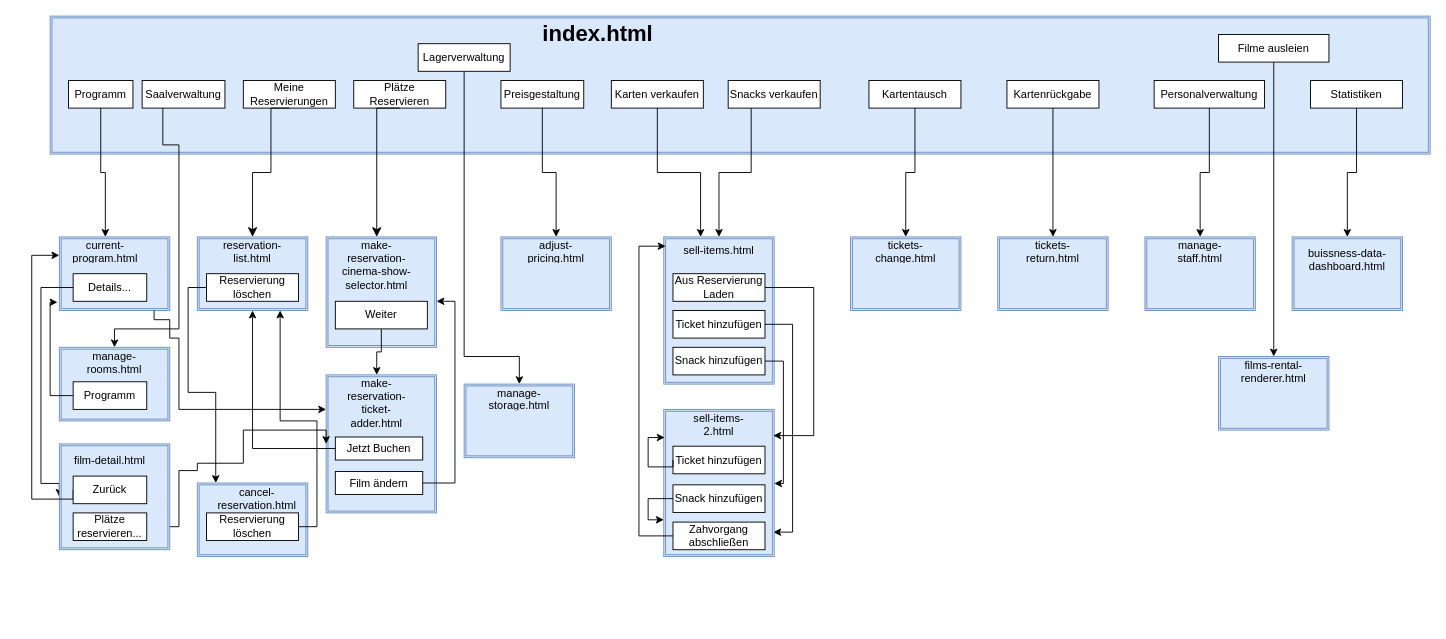
Earlier version of the draw.io diagram src/main/asciidoc/models/design/dialog-flow.drawio (Leonard0108/Anwendungsprogrammierung). Source tidied: cells renumbered, new cells numbered last; positions are measured from the earlier drawing's top-left corner, leaving out a move shared by most shapes. Both pictures are drawn from the tidied source at 92%, with x=0, y=0 at pixel (31, 16).
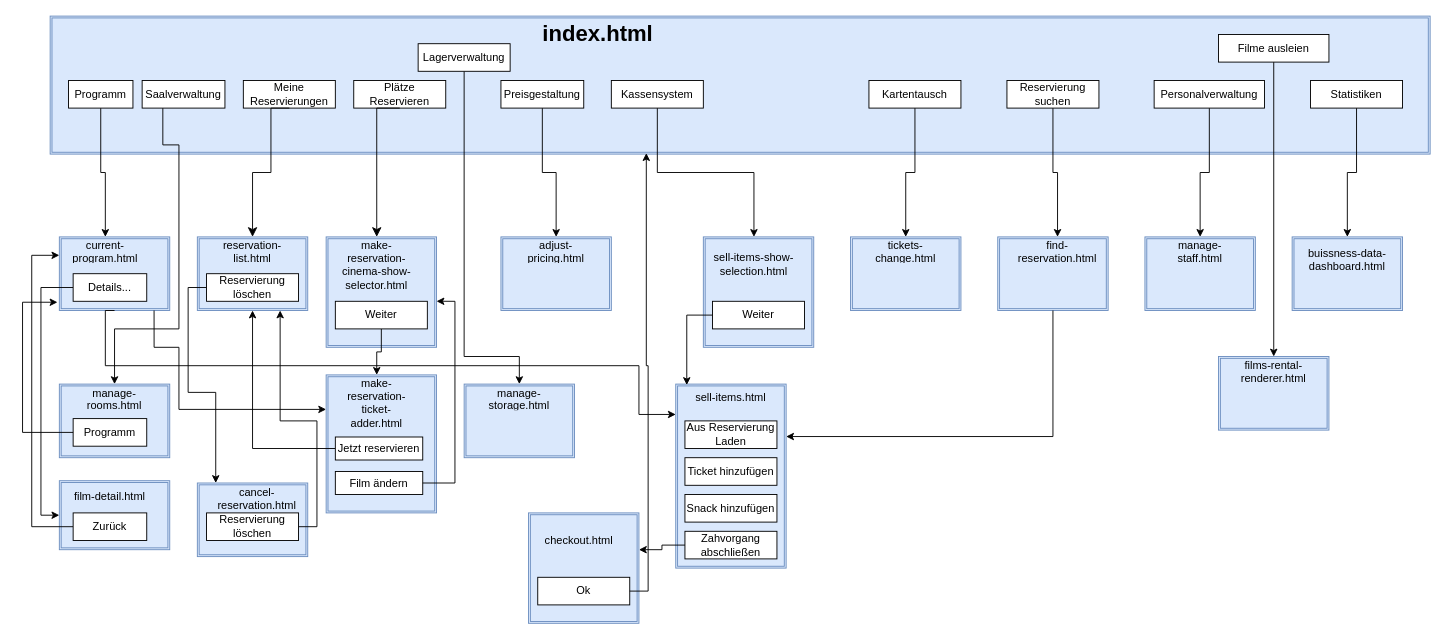
The same page after the edit.

Commit message (it also covers changes not shown here):
Entwurfsdiagramme  Kundenportal aktualisiert

Unchanged cells that the change refers to:
```xml
<mxCell id="2" style="shape=ext;double=1;rounded=0;whiteSpace=wrap;html=1;fillColor=#dae8fc;strokeColor=#6c8ebf;" parent="1" vertex="1">
  <mxGeometry x="30" y="240" width="120" height="80" as="geometry" />
</mxCell>
<mxCell id="3" style="shape=ext;double=1;rounded=0;whiteSpace=wrap;html=1;fillColor=#dae8fc;strokeColor=#6c8ebf;" parent="1" vertex="1">
  <mxGeometry x="20" width="1500" height="150" as="geometry" />
</mxCell>
<mxCell id="30" style="shape=ext;double=1;rounded=0;whiteSpace=wrap;html=1;fillColor=#dae8fc;strokeColor=#6c8ebf;" parent="1" vertex="1">
  <mxGeometry x="1050" y="240" width="120" height="80" as="geometry" />
</mxCell>
<mxCell id="52" style="shape=ext;double=1;rounded=0;whiteSpace=wrap;html=1;fillColor=#dae8fc;strokeColor=#6c8ebf;" parent="1" vertex="1">
  <mxGeometry x="320" y="390" width="120" height="150" as="geometry" />
</mxCell>
<mxCell id="86" value="Details..." style="rounded=0;whiteSpace=wrap;html=1;" parent="1" vertex="1">
  <mxGeometry x="45" y="280" width="80" height="30" as="geometry" />
</mxCell>
```

Change to the diagram source:
```diff
@@
+    <mxCell id="93" style="shape=ext;double=1;rounded=0;whiteSpace=wrap;html=1;fillColor=#dae8fc;strokeColor=#6c8ebf;" parent="1" vertex="1">
+      <mxGeometry x="730" y="240" width="120" height="120" as="geometry" />
+    </mxCell>
@@
     <mxCell id="5" style="edgeStyle=orthogonalEdgeStyle;rounded=0;jettySize=auto;html=1;exitX=0.858;exitY=1;exitDx=0;exitDy=0;entryX=0;entryY=0.25;entryDx=0;entryDy=0;exitPerimeter=0;" parent="1" edge="1" source="2" target="52">
       <mxGeometry relative="1" as="geometry">
         <Array as="points">
-          <mxPoint x="133" y="330" />
-          <mxPoint x="150" y="330" />
-          <mxPoint x="150" y="350" />
-          <mxPoint x="160" y="350" />
+          <mxPoint x="133" y="360" />
+          <mxPoint x="160" y="360" />
           <mxPoint x="160" y="428" />
         </Array>
       </mxGeometry>
     </mxCell>
     <mxCell id="6" style="edgeStyle=orthogonalEdgeStyle;rounded=0;jettySize=auto;html=1;exitX=0;exitY=0.5;exitDx=0;exitDy=0;entryX=0;entryY=0.5;entryDx=0;entryDy=0;" parent="1" edge="1" source="86" target="57">
       <mxGeometry relative="1" as="geometry">
         <Array as="points">
           <mxPoint x="10" y="295" />
-          <mxPoint x="10" y="508" />
+          <mxPoint x="10" y="543" />
         </Array>
       </mxGeometry>
     </mxCell>
@@
-    <mxCell id="18" style="edgeStyle=orthogonalEdgeStyle;rounded=0;jettySize=auto;html=1;exitX=0.5;exitY=1;exitDx=0;exitDy=0;entryX=0.25;entryY=0;entryDx=0;entryDy=0;" parent="1" edge="1" source="19" target="21">
+    <mxCell id="18" style="edgeStyle=orthogonalEdgeStyle;rounded=0;jettySize=auto;html=1;exitX=0.5;exitY=1;exitDx=0;exitDy=0;entryX=0.5;entryY=0;entryDx=0;entryDy=0;" parent="1" edge="1" source="19" target="95">
       <mxGeometry relative="1" as="geometry" />
     </mxCell>
-    <mxCell id="19" value="Karten verkaufen" style="html=1;whiteSpace=wrap;" parent="1" vertex="1">
+    <mxCell id="19" value="Kassensystem" style="html=1;whiteSpace=wrap;" parent="1" vertex="1">
       <mxGeometry x="630" y="70" width="100" height="30" as="geometry" />
     </mxCell>
     <mxCell id="20" style="shape=ext;double=1;rounded=0;whiteSpace=wrap;html=1;fillColor=#dae8fc;strokeColor=#6c8ebf;" parent="1" vertex="1">
-      <mxGeometry x="687" y="240" width="120" height="160" as="geometry" />
+      <mxGeometry x="700" y="400" width="120" height="200" as="geometry" />
     </mxCell>
     <mxCell id="21" value="sell-items.html" style="text;html=1;strokeColor=none;fillColor=none;align=center;verticalAlign=middle;whiteSpace=wrap;overflow=hidden;" parent="1" vertex="1">
-      <mxGeometry x="707" y="240" width="80" height="30" as="geometry" />
+      <mxGeometry x="720" y="400" width="80" height="30" as="geometry" />
     </mxCell>
-    <mxCell id="22" style="edgeStyle=orthogonalEdgeStyle;rounded=0;jettySize=auto;html=1;exitX=0.25;exitY=1;exitDx=0;exitDy=0;" parent="1" edge="1" source="23" target="21">
-      <mxGeometry relative="1" as="geometry" />
-    </mxCell>
-    <mxCell id="23" value="Snacks verkaufen" style="html=1;whiteSpace=wrap;" parent="1" vertex="1">
-      <mxGeometry x="757" y="70" width="100" height="30" as="geometry" />
-    </mxCell>
@@
-    <mxCell id="29" value="Kartenrückgabe" style="html=1;whiteSpace=wrap;" parent="1" vertex="1">
+    <mxCell id="29" value="Reservierung suchen" style="html=1;whiteSpace=wrap;" parent="1" vertex="1">
       <mxGeometry x="1060" y="70" width="100" height="30" as="geometry" />
     </mxCell>
@@
-    <mxCell id="31" value="&lt;div&gt;tickets-return.html&lt;/div&gt;" style="text;html=1;strokeColor=none;fillColor=none;align=center;verticalAlign=middle;whiteSpace=wrap;overflow=hidden;" parent="1" vertex="1">
-      <mxGeometry x="1070" y="240" width="80" height="30" as="geometry" />
+    <mxCell id="31" value="find-reservation.html" style="text;html=1;strokeColor=none;fillColor=none;align=center;verticalAlign=middle;whiteSpace=wrap;overflow=hidden;" parent="1" vertex="1">
+      <mxGeometry x="1070" y="240" width="90" height="30" as="geometry" />
     </mxCell>
@@
     <mxCell id="38" style="shape=ext;double=1;rounded=0;whiteSpace=wrap;html=1;fillColor=#dae8fc;strokeColor=#6c8ebf;" parent="1" vertex="1">
-      <mxGeometry x="30" y="360" width="120" height="80" as="geometry" />
+      <mxGeometry x="30" y="400" width="120" height="80" as="geometry" />
     </mxCell>
     <mxCell id="39" value="manage-rooms.html" style="text;html=1;strokeColor=none;fillColor=none;align=center;verticalAlign=middle;whiteSpace=wrap;overflow=hidden;" parent="1" vertex="1">
-      <mxGeometry x="50" y="360" width="80" height="30" as="geometry" />
+      <mxGeometry x="50" y="400" width="80" height="30" as="geometry" />
     </mxCell>
@@
-    <mxCell id="56" style="edgeStyle=orthogonalEdgeStyle;rounded=0;jettySize=auto;html=1;exitX=1;exitY=0.5;exitDx=0;exitDy=0;entryX=0;entryY=0.5;entryDx=0;entryDy=0;" parent="1" edge="1" source="87" target="52">
-      <mxGeometry relative="1" as="geometry">
-        <Array as="points">
-          <mxPoint x="160" y="555" />
-          <mxPoint x="160" y="494" />
-          <mxPoint x="180" y="494" />
-          <mxPoint x="180" y="486" />
-          <mxPoint x="230" y="486" />
-          <mxPoint x="230" y="450" />
-        </Array>
-      </mxGeometry>
-    </mxCell>
     <mxCell id="57" style="shape=ext;double=1;rounded=0;whiteSpace=wrap;html=1;fillColor=#dae8fc;strokeColor=#6c8ebf;" parent="1" vertex="1">
-      <mxGeometry x="30" y="465" width="120" height="115" as="geometry" />
+      <mxGeometry x="30" y="505" width="120" height="75" as="geometry" />
     </mxCell>
     <mxCell id="58" value="film-detail.html" style="text;html=1;strokeColor=none;fillColor=none;align=center;verticalAlign=middle;whiteSpace=wrap;overflow=hidden;" parent="1" vertex="1">
-      <mxGeometry x="40" y="465" width="90" height="35" as="geometry" />
+      <mxGeometry x="40" y="505" width="90" height="35" as="geometry" />
     </mxCell>
     <mxCell id="59" style="edgeStyle=orthogonalEdgeStyle;rounded=0;jettySize=auto;html=1;exitX=0;exitY=0.5;exitDx=0;exitDy=0;entryX=0;entryY=0.25;entryDx=0;entryDy=0;" parent="1" edge="1" source="60" target="2">
       <mxGeometry relative="1" as="geometry">
         <Array as="points">
-          <mxPoint y="525" />
+          <mxPoint y="555" />
           <mxPoint y="260" />
         </Array>
       </mxGeometry>
     </mxCell>
     <mxCell id="60" value="Zurück" style="rounded=0;whiteSpace=wrap;html=1;" parent="1" vertex="1">
-      <mxGeometry x="45" y="500" width="80" height="30" as="geometry" />
+      <mxGeometry x="45" y="540" width="80" height="30" as="geometry" />
     </mxCell>
@@
-    <mxCell id="62" value="Jetzt Buchen" style="rounded=0;whiteSpace=wrap;html=1;" parent="1" vertex="1">
+    <mxCell id="62" value="Jetzt reservieren" style="rounded=0;whiteSpace=wrap;html=1;" parent="1" vertex="1">
       <mxGeometry x="330" y="457.5" width="95" height="25" as="geometry" />
     </mxCell>
-    <mxCell id="63" style="edgeStyle=orthogonalEdgeStyle;rounded=0;jettySize=auto;html=1;exitX=1;exitY=0.5;exitDx=0;exitDy=0;entryX=0.992;entryY=0.834;entryDx=0;entryDy=0;entryPerimeter=0;" parent="1" edge="1" source="64" target="68">
-      <mxGeometry relative="1" as="geometry" />
-    </mxCell>
     <mxCell id="64" value="Ticket hinzufügen" style="html=1;whiteSpace=wrap;" parent="1" vertex="1">
-      <mxGeometry x="697" y="320" width="100" height="30" as="geometry" />
+      <mxGeometry x="710" y="480" width="100" height="30" as="geometry" />
     </mxCell>
     <mxCell id="65" value="Aus Reservierung Laden" style="html=1;whiteSpace=wrap;" parent="1" vertex="1">
-      <mxGeometry x="697" y="280" width="100" height="30" as="geometry" />
+      <mxGeometry x="710" y="440" width="100" height="30" as="geometry" />
     </mxCell>
-    <mxCell id="66" style="edgeStyle=orthogonalEdgeStyle;rounded=0;jettySize=auto;html=1;exitX=1;exitY=0.5;exitDx=0;exitDy=0;" parent="1" edge="1" source="67" target="68">
-      <mxGeometry relative="1" as="geometry">
-        <Array as="points">
-          <mxPoint x="817" y="375" />
-          <mxPoint x="817" y="508" />
-        </Array>
-      </mxGeometry>
-    </mxCell>
     <mxCell id="67" value="Snack hinzufügen" style="html=1;whiteSpace=wrap;" parent="1" vertex="1">
-      <mxGeometry x="697" y="360" width="100" height="30" as="geometry" />
+      <mxGeometry x="710" y="520" width="100" height="30" as="geometry" />
     </mxCell>
-    <mxCell id="68" style="shape=ext;double=1;rounded=0;whiteSpace=wrap;html=1;fillColor=#dae8fc;strokeColor=#6c8ebf;" parent="1" vertex="1">
-      <mxGeometry x="687" y="427.5" width="120" height="160" as="geometry" />
-    </mxCell>
-    <mxCell id="69" value="sell-items-2.html" style="text;html=1;strokeColor=none;fillColor=none;align=center;verticalAlign=middle;whiteSpace=wrap;overflow=hidden;" parent="1" vertex="1">
-      <mxGeometry x="707" y="427.5" width="80" height="30" as="geometry" />
-    </mxCell>
-    <mxCell id="70" value="Ticket hinzufügen" style="html=1;whiteSpace=wrap;" parent="1" vertex="1">
-      <mxGeometry x="697" y="467.5" width="100" height="30" as="geometry" />
-    </mxCell>
-    <mxCell id="71" style="edgeStyle=orthogonalEdgeStyle;rounded=0;jettySize=auto;html=1;exitX=0;exitY=0.5;exitDx=0;exitDy=0;entryX=0;entryY=0.75;entryDx=0;entryDy=0;" parent="1" edge="1" source="72" target="68">
-      <mxGeometry relative="1" as="geometry">
-        <Array as="points">
-          <mxPoint x="670" y="525" />
-          <mxPoint x="670" y="548" />
-        </Array>
-      </mxGeometry>
-    </mxCell>
-    <mxCell id="72" value="Snack hinzufügen" style="html=1;whiteSpace=wrap;" parent="1" vertex="1">
-      <mxGeometry x="697" y="509.5" width="100" height="30" as="geometry" />
-    </mxCell>
     <mxCell id="73" value="Zahvorgang abschließen" style="html=1;whiteSpace=wrap;" parent="1" vertex="1">
-      <mxGeometry x="697" y="550" width="100" height="30" as="geometry" />
+      <mxGeometry x="710" y="560" width="100" height="30" as="geometry" />
     </mxCell>
-    <mxCell id="74" style="edgeStyle=orthogonalEdgeStyle;rounded=0;jettySize=auto;html=1;exitX=1;exitY=0.5;exitDx=0;exitDy=0;entryX=0.992;entryY=0.178;entryDx=0;entryDy=0;entryPerimeter=0;" parent="1" edge="1" source="65" target="68">
-      <mxGeometry relative="1" as="geometry">
-        <Array as="points">
-          <mxPoint x="850" y="295" />
-          <mxPoint x="850" y="456" />
-        </Array>
-      </mxGeometry>
-    </mxCell>
-    <mxCell id="75" style="edgeStyle=orthogonalEdgeStyle;rounded=0;jettySize=auto;html=1;exitX=0;exitY=0.5;exitDx=0;exitDy=0;entryX=0.017;entryY=0.063;entryDx=0;entryDy=0;entryPerimeter=0;" parent="1" edge="1" source="73" target="20">
-      <mxGeometry relative="1" as="geometry">
-        <Array as="points">
-          <mxPoint x="660" y="565" />
-          <mxPoint x="660" y="250" />
-        </Array>
-      </mxGeometry>
-    </mxCell>
@@
-    <mxCell id="87" value="Plätze reservieren..." style="rounded=0;whiteSpace=wrap;html=1;" parent="1" vertex="1">
-      <mxGeometry x="45" y="540" width="80" height="30" as="geometry" />
-    </mxCell>
     <mxCell id="88" value="Programm" style="rounded=0;whiteSpace=wrap;html=1;" parent="1" vertex="1">
-      <mxGeometry x="45" y="397.5" width="80" height="30" as="geometry" />
+      <mxGeometry x="45" y="437.5" width="80" height="30" as="geometry" />
     </mxCell>
     <mxCell id="89" style="edgeStyle=orthogonalEdgeStyle;rounded=0;jettySize=auto;html=1;exitX=0;exitY=0.5;exitDx=0;exitDy=0;entryX=-0.017;entryY=0.888;entryDx=0;entryDy=0;entryPerimeter=0;" parent="1" edge="1" source="88" target="2">
       <mxGeometry relative="1" as="geometry">
         <Array as="points">
-          <mxPoint x="20" y="413" />
-          <mxPoint x="20" y="311" />
+          <mxPoint x="-10" y="453" />
+          <mxPoint x="-10" y="311" />
         </Array>
       </mxGeometry>
     </mxCell>
@@
-    <mxCell id="92" style="edgeStyle=orthogonalEdgeStyle;rounded=0;jettySize=auto;html=1;exitX=0;exitY=0.5;exitDx=0;exitDy=0;entryX=0.008;entryY=0.191;entryDx=0;entryDy=0;entryPerimeter=0;" parent="1" edge="1" source="70" target="68">
-      <mxGeometry relative="1" as="geometry">
-        <Array as="points">
-          <mxPoint x="697" y="490" />
-          <mxPoint x="670" y="490" />
-          <mxPoint x="670" y="458" />
-        </Array>
-      </mxGeometry>
-    </mxCell>
+    <mxCell id="94" style="endArrow=classic;html=1;rounded=0;exitX=0.5;exitY=1;exitDx=0;exitDy=0;edgeStyle=orthogonalEdgeStyle;" parent="1" edge="1" source="2">
+      <mxGeometry relative="1" as="geometry">
+        <mxPoint x="700" y="433" as="targetPoint" />
+        <Array as="points">
+          <mxPoint x="80" y="320" />
+          <mxPoint x="80" y="380" />
+          <mxPoint x="660" y="380" />
+          <mxPoint x="660" y="433" />
+        </Array>
+      </mxGeometry>
+    </mxCell>
+    <mxCell id="95" value="sell-items-show-selection.html" style="text;html=1;strokeColor=none;fillColor=none;align=center;verticalAlign=middle;whiteSpace=wrap;overflow=hidden;" parent="1" vertex="1">
+      <mxGeometry x="740" y="240" width="90" height="60" as="geometry" />
+    </mxCell>
+    <mxCell id="96" value="Weiter" style="html=1;whiteSpace=wrap;" parent="1" vertex="1">
+      <mxGeometry x="740" y="310" width="100" height="30" as="geometry" />
+    </mxCell>
+    <mxCell id="97" style="edgeStyle=orthogonalEdgeStyle;rounded=0;jettySize=auto;html=1;exitX=0;exitY=0.5;exitDx=0;exitDy=0;entryX=0.1;entryY=0.005;entryDx=0;entryDy=0;entryPerimeter=0;" parent="1" edge="1" source="96" target="20">
+      <mxGeometry relative="1" as="geometry" />
+    </mxCell>
+    <mxCell id="98" style="shape=ext;double=1;rounded=0;whiteSpace=wrap;html=1;fillColor=#dae8fc;strokeColor=#6c8ebf;" parent="1" vertex="1">
+      <mxGeometry x="540" y="540" width="120" height="120" as="geometry" />
+    </mxCell>
+    <mxCell id="99" value="Ok" style="html=1;whiteSpace=wrap;" parent="1" vertex="1">
+      <mxGeometry x="550" y="610" width="100" height="30" as="geometry" />
+    </mxCell>
+    <mxCell id="100" value="checkout.html" style="text;html=1;strokeColor=none;fillColor=none;align=center;verticalAlign=middle;whiteSpace=wrap;overflow=hidden;" parent="1" vertex="1">
+      <mxGeometry x="550" y="540" width="90" height="60" as="geometry" />
+    </mxCell>
+    <mxCell id="101" style="edgeStyle=orthogonalEdgeStyle;rounded=0;jettySize=auto;html=1;exitX=0;exitY=0.5;exitDx=0;exitDy=0;entryX=1;entryY=0.333;entryDx=0;entryDy=0;entryPerimeter=0;" parent="1" edge="1" source="73" target="98">
+      <mxGeometry relative="1" as="geometry" />
+    </mxCell>
+    <mxCell id="102" style="edgeStyle=orthogonalEdgeStyle;rounded=0;jettySize=auto;html=1;exitX=1;exitY=0.5;exitDx=0;exitDy=0;entryX=0.432;entryY=0.993;entryDx=0;entryDy=0;entryPerimeter=0;" parent="1" edge="1" source="99" target="3">
+      <mxGeometry relative="1" as="geometry" />
+    </mxCell>
+    <mxCell id="103" style="endArrow=classic;html=1;rounded=0;exitX=0.5;exitY=1;exitDx=0;exitDy=0;entryX=1;entryY=0.285;entryDx=0;entryDy=0;entryPerimeter=0;edgeStyle=orthogonalEdgeStyle;" parent="1" edge="1" source="30" target="20">
+      <mxGeometry relative="1" as="geometry" />
+    </mxCell>
```
